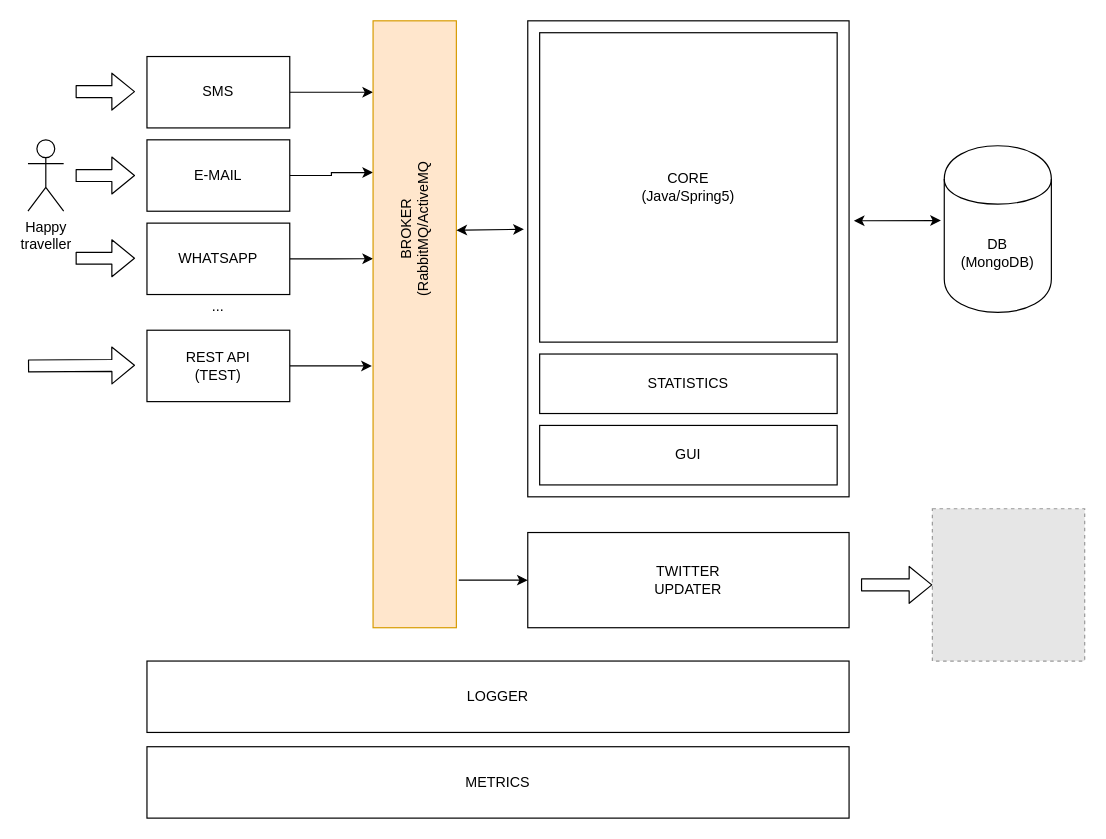
Above: general.draft.drawio in m-pawelczyk/mom-i-am-safe (draw.io), before the change. Source tidied: cells renumbered, new cells numbered last; positions are measured from the earlier drawing's top-left corner, leaving out a move shared by most shapes. Both pictures are drawn from the tidied source at 119%, with x=0, y=0 at pixel (27, 20). Pictures stored in the file or linked from it are replaced by grey dashed boxes.
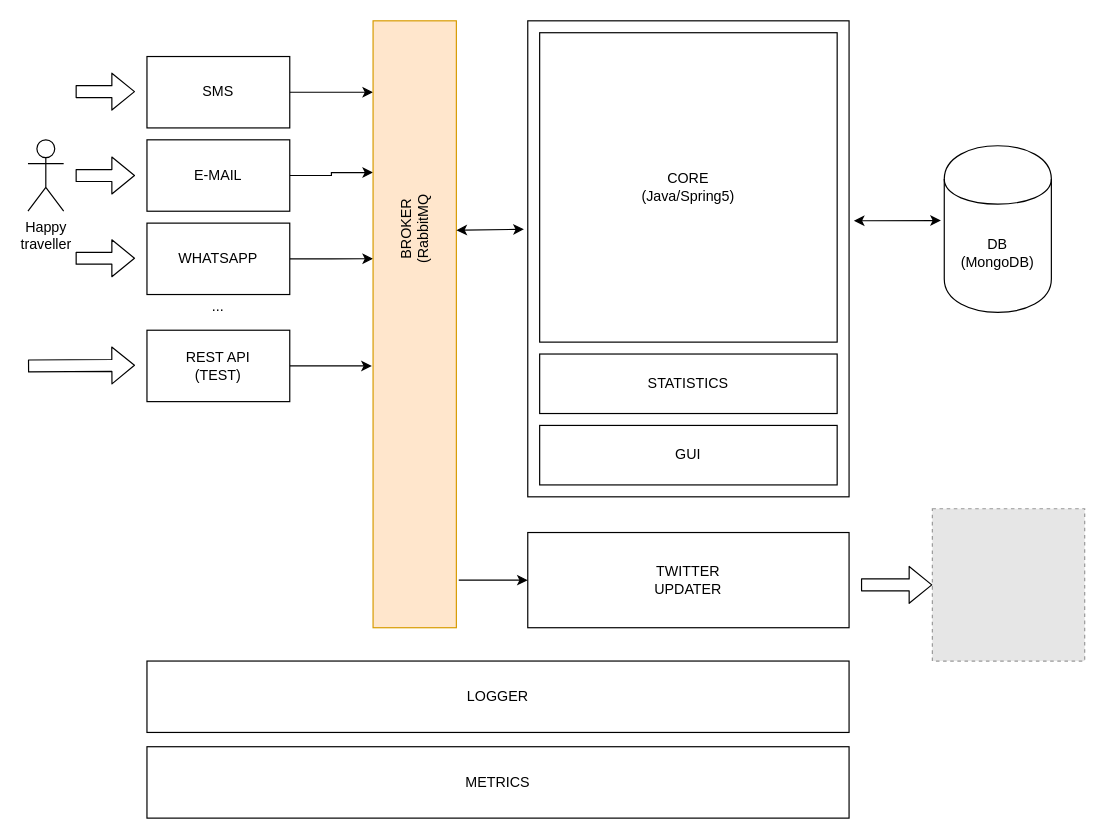
The same page after the edit.

The edit, as a diff of the source:
```diff
@@
-    <mxCell id="32" value="BROKER&lt;br&gt;(RabbitMQ/ActiveMQ" style="text;html=1;strokeColor=none;fillColor=none;align=center;verticalAlign=middle;whiteSpace=wrap;rounded=0;rotation=270;" parent="1" vertex="1">
+    <mxCell id="32" value="BROKER&lt;br&gt;(RabbitMQ" style="text;html=1;strokeColor=none;fillColor=none;align=center;verticalAlign=middle;whiteSpace=wrap;rounded=0;rotation=270;" parent="1" vertex="1">
       <mxGeometry x="260" y="160" width="130" height="30" as="geometry" />
     </mxCell>
```
